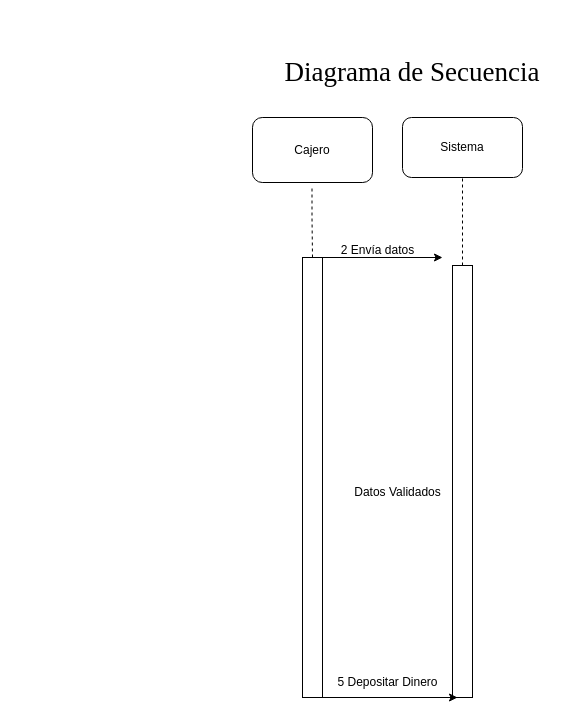
Earlier version of the draw.io diagram page "Diagrama de Secuencia" (2 of 3) of Blockbuster Diagramas.drawio (SamuelHerreraPerez/Laboratorio-Empresarial). Source tidied: cells renumbered, new cells numbered last; positions are measured from the earlier drawing's top-left corner, leaving out a move shared by most shapes. Both pictures are drawn from the tidied source at 100%, with x=0, y=0 at pixel (252, 17).
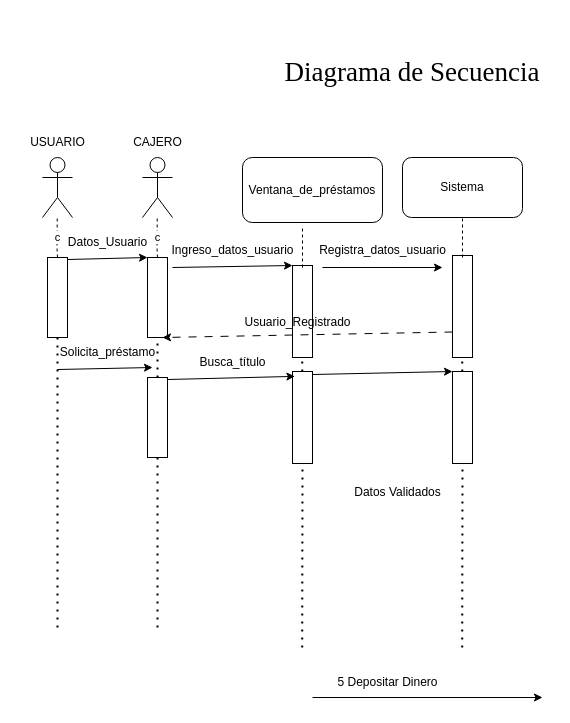
After the change.

Diff of the diagram source:
```diff
@@
-    <mxCell id="3" value="Cajero" style="rounded=1;whiteSpace=wrap;html=1;" parent="1" vertex="1">
-      <mxGeometry y="100" width="120" height="65" as="geometry" />
-    </mxCell>
     <mxCell id="4" value="Sistema" style="rounded=1;whiteSpace=wrap;html=1;" parent="1" vertex="1">
-      <mxGeometry x="150" y="100" width="120" height="60" as="geometry" />
+      <mxGeometry x="150" y="140" width="120" height="60" as="geometry" />
     </mxCell>
-    <mxCell id="5" style="endArrow=none;dashed=1;html=1;rounded=0;entryX=0.5;entryY=1;entryDx=0;entryDy=0;exitX=0.5;exitY=0;exitDx=0;exitDy=0;" parent="1" edge="1" source="7">
+    <mxCell id="5" value="c" style="endArrow=none;dashed=1;html=1;rounded=0;" parent="1" edge="1" target="14">
       <mxGeometry relative="1" as="geometry">
-        <mxPoint x="59.5" y="170" as="targetPoint" />
+        <mxPoint x="-195" y="240" as="sourcePoint" />
         <Array as="points">
-          <mxPoint x="59.5" y="200" />
+          <mxPoint x="-195.5" y="230" />
         </Array>
       </mxGeometry>
     </mxCell>
-    <mxCell id="6" style="endArrow=none;dashed=1;html=1;rounded=0;exitX=0.5;exitY=0;exitDx=0;exitDy=0;" parent="1" edge="1" source="10" target="4">
-      <mxGeometry relative="1" as="geometry" />
+    <mxCell id="6" style="endArrow=none;dashed=1;html=1;rounded=0;" parent="1" edge="1" source="3">
+      <mxGeometry relative="1" as="geometry">
+        <mxPoint x="50" y="190" as="targetPoint" />
+      </mxGeometry>
     </mxCell>
     <mxCell id="7" style="rounded=0;whiteSpace=wrap;html=1;" parent="1" vertex="1">
-      <mxGeometry x="50" y="240" width="20" height="440" as="geometry" />
+      <mxGeometry x="-205" y="240" width="20" height="80" as="geometry" />
     </mxCell>
-    <mxCell id="8" style="endArrow=classic;html=1;rounded=0;exitX=1;exitY=0;exitDx=0;exitDy=0;" parent="1" edge="1" source="7">
+    <mxCell id="8" style="endArrow=classic;html=1;rounded=0;entryX=0;entryY=0;entryDx=0;entryDy=0;" parent="1" edge="1" target="10">
       <mxGeometry relative="1" as="geometry">
-        <mxPoint x="190" y="240" as="targetPoint" />
+        <mxPoint x="-80" y="250" as="sourcePoint" />
       </mxGeometry>
     </mxCell>
-    <mxCell id="9" value="2 Envía datos" style="text;html=1;align=center;verticalAlign=middle;strokeColor=none;fillColor=none;" parent="1" vertex="1">
-      <mxGeometry x="75" y="218" width="100" height="30" as="geometry" />
+    <mxCell id="9" value="Ingreso_datos_usuario" style="text;html=1;align=center;verticalAlign=middle;strokeColor=none;fillColor=none;" parent="1" vertex="1">
+      <mxGeometry x="-95" y="218" width="150" height="30" as="geometry" />
     </mxCell>
     <mxCell id="10" style="rounded=0;whiteSpace=wrap;html=1;" parent="1" vertex="1">
-      <mxGeometry x="200" y="248" width="20" height="432" as="geometry" />
+      <mxGeometry x="40" y="248" width="20" height="92" as="geometry" />
     </mxCell>
-    <mxCell id="11" style="endArrow=classic;html=1;rounded=0;exitX=1;exitY=0;exitDx=0;exitDy=0;entryX=0.25;entryY=1;entryDx=0;entryDy=0;" parent="1" edge="1" target="10">
+    <mxCell id="11" style="endArrow=classic;html=1;rounded=0;exitX=1;exitY=0;exitDx=0;exitDy=0;" parent="1" edge="1">
       <mxGeometry relative="1" as="geometry">
         <mxPoint x="60" y="680" as="sourcePoint" />
+        <mxPoint x="290" y="680" as="targetPoint" />
       </mxGeometry>
     </mxCell>
@@
+    <mxCell id="14" style="shape=umlActor;verticalLabelPosition=bottom;verticalAlign=top;html=1;outlineConnect=0;" parent="1" vertex="1">
+      <mxGeometry x="-210" y="140" width="30" height="60" as="geometry" />
+    </mxCell>
+    <mxCell id="15" style="endArrow=none;dashed=1;html=1;rounded=0;" parent="1" edge="1">
+      <mxGeometry relative="1" as="geometry">
+        <mxPoint x="50" y="250" as="sourcePoint" />
+        <mxPoint x="50" y="210" as="targetPoint" />
+        <Array as="points">
+          <mxPoint x="50" y="250" />
+        </Array>
+      </mxGeometry>
+    </mxCell>
+    <mxCell id="3" value="Ventana_de_préstamos" style="rounded=1;whiteSpace=wrap;html=1;" parent="1" vertex="1">
+      <mxGeometry x="-10" y="140" width="140" height="65" as="geometry" />
+    </mxCell>
+    <mxCell id="16" style="endArrow=none;dashed=1;html=1;dashPattern=1 3;strokeWidth=2;rounded=0;entryX=0.5;entryY=1;entryDx=0;entryDy=0;" parent="1" edge="1" target="7">
+      <mxGeometry relative="1" as="geometry">
+        <mxPoint x="-195" y="610" as="sourcePoint" />
+      </mxGeometry>
+    </mxCell>
+    <mxCell id="17" value="c" style="endArrow=none;dashed=1;html=1;rounded=0;" parent="1" edge="1" target="19">
+      <mxGeometry relative="1" as="geometry">
+        <mxPoint x="-95" y="240" as="sourcePoint" />
+        <Array as="points">
+          <mxPoint x="-95.5" y="230" />
+        </Array>
+      </mxGeometry>
+    </mxCell>
+    <mxCell id="18" style="rounded=0;whiteSpace=wrap;html=1;" parent="1" vertex="1">
+      <mxGeometry x="-105" y="240" width="20" height="80" as="geometry" />
+    </mxCell>
+    <mxCell id="19" style="shape=umlActor;verticalLabelPosition=bottom;verticalAlign=top;html=1;outlineConnect=0;" parent="1" vertex="1">
+      <mxGeometry x="-110" y="140" width="30" height="60" as="geometry" />
+    </mxCell>
+    <mxCell id="20" style="endArrow=none;dashed=1;html=1;dashPattern=1 3;strokeWidth=2;rounded=0;entryX=0.5;entryY=1;entryDx=0;entryDy=0;" parent="1" edge="1" source="34" target="18">
+      <mxGeometry relative="1" as="geometry" />
+    </mxCell>
+    <mxCell id="21" value="Registra_datos_usuario" style="text;html=1;align=center;verticalAlign=middle;strokeColor=none;fillColor=none;" parent="1" vertex="1">
+      <mxGeometry x="55" y="218" width="150" height="30" as="geometry" />
+    </mxCell>
+    <mxCell id="22" style="endArrow=classic;html=1;rounded=0;" parent="1" edge="1">
+      <mxGeometry relative="1" as="geometry">
+        <mxPoint x="70" y="250" as="sourcePoint" />
+        <mxPoint x="190" y="250" as="targetPoint" />
+      </mxGeometry>
+    </mxCell>
+    <mxCell id="23" style="rounded=0;whiteSpace=wrap;html=1;" parent="1" vertex="1">
+      <mxGeometry x="200" y="238" width="20" height="102" as="geometry" />
+    </mxCell>
+    <mxCell id="24" style="endArrow=none;dashed=1;html=1;rounded=0;" parent="1" edge="1">
+      <mxGeometry relative="1" as="geometry">
+        <mxPoint x="210" y="240" as="sourcePoint" />
+        <mxPoint x="210" y="200" as="targetPoint" />
+        <Array as="points">
+          <mxPoint x="210" y="240" />
+        </Array>
+      </mxGeometry>
+    </mxCell>
+    <mxCell id="25" style="endArrow=none;dashed=1;html=1;dashPattern=1 3;strokeWidth=2;rounded=0;entryX=0.5;entryY=1;entryDx=0;entryDy=0;" parent="1" edge="1" source="36">
+      <mxGeometry relative="1" as="geometry">
+        <mxPoint x="49.7" y="340" as="targetPoint" />
+      </mxGeometry>
+    </mxCell>
+    <mxCell id="26" style="endArrow=none;dashed=1;html=1;dashPattern=1 3;strokeWidth=2;rounded=0;entryX=0.5;entryY=1;entryDx=0;entryDy=0;" parent="1" edge="1" source="38">
+      <mxGeometry relative="1" as="geometry">
+        <mxPoint x="209.7" y="340" as="targetPoint" />
+      </mxGeometry>
+    </mxCell>
+    <mxCell id="27" style="endArrow=classic;html=1;rounded=0;exitX=0;exitY=0.75;exitDx=0;exitDy=0;dashed=1;dashPattern=8 8;entryX=0.75;entryY=1;entryDx=0;entryDy=0;" parent="1" edge="1" source="23" target="18">
+      <mxGeometry relative="1" as="geometry" />
+    </mxCell>
+    <mxCell id="28" style="endArrow=classic;html=1;rounded=0;entryX=0;entryY=0;entryDx=0;entryDy=0;" parent="1" edge="1" target="18">
+      <mxGeometry relative="1" as="geometry">
+        <mxPoint x="-185" y="242" as="sourcePoint" />
+      </mxGeometry>
+    </mxCell>
+    <mxCell id="29" value="Datos_Usuario" style="text;html=1;align=center;verticalAlign=middle;strokeColor=none;fillColor=none;" parent="1" vertex="1">
+      <mxGeometry x="-195" y="210" width="100" height="30" as="geometry" />
+    </mxCell>
+    <mxCell id="30" value="Usuario_Registrado" style="text;html=1;align=center;verticalAlign=middle;strokeColor=none;fillColor=none;" parent="1" vertex="1">
+      <mxGeometry x="-20" y="290" width="130" height="30" as="geometry" />
+    </mxCell>
+    <mxCell id="31" style="endArrow=classic;html=1;rounded=0;" parent="1" edge="1">
+      <mxGeometry relative="1" as="geometry">
+        <mxPoint x="-195" y="352" as="sourcePoint" />
+        <mxPoint x="-100" y="350" as="targetPoint" />
+      </mxGeometry>
+    </mxCell>
+    <mxCell id="32" value="Solicita_préstamo" style="text;html=1;align=center;verticalAlign=middle;strokeColor=none;fillColor=none;" parent="1" vertex="1">
+      <mxGeometry x="-205" y="320" width="120" height="30" as="geometry" />
+    </mxCell>
+    <mxCell id="33" style="endArrow=none;dashed=1;html=1;dashPattern=1 3;strokeWidth=2;rounded=0;entryX=0.5;entryY=1;entryDx=0;entryDy=0;" parent="1" edge="1" target="34">
+      <mxGeometry relative="1" as="geometry">
+        <mxPoint x="-95" y="610" as="sourcePoint" />
+      </mxGeometry>
+    </mxCell>
+    <mxCell id="34" style="rounded=0;whiteSpace=wrap;html=1;" parent="1" vertex="1">
+      <mxGeometry x="-105" y="360" width="20" height="80" as="geometry" />
+    </mxCell>
+    <mxCell id="35" style="endArrow=none;dashed=1;html=1;dashPattern=1 3;strokeWidth=2;rounded=0;entryX=0.5;entryY=1;entryDx=0;entryDy=0;" parent="1" edge="1" target="36">
+      <mxGeometry relative="1" as="geometry">
+        <mxPoint x="49.7" y="630" as="sourcePoint" />
+      </mxGeometry>
+    </mxCell>
+    <mxCell id="36" style="rounded=0;whiteSpace=wrap;html=1;" parent="1" vertex="1">
+      <mxGeometry x="40" y="354" width="20" height="92" as="geometry" />
+    </mxCell>
+    <mxCell id="37" style="endArrow=none;dashed=1;html=1;dashPattern=1 3;strokeWidth=2;rounded=0;entryX=0.5;entryY=1;entryDx=0;entryDy=0;" parent="1" edge="1" target="38">
+      <mxGeometry relative="1" as="geometry">
+        <mxPoint x="209.7" y="630" as="sourcePoint" />
+      </mxGeometry>
+    </mxCell>
+    <mxCell id="38" style="rounded=0;whiteSpace=wrap;html=1;" parent="1" vertex="1">
+      <mxGeometry x="200" y="354" width="20" height="92" as="geometry" />
+    </mxCell>
+    <mxCell id="39" style="endArrow=classic;html=1;rounded=0;entryX=0.121;entryY=0.053;entryDx=0;entryDy=0;entryPerimeter=0;" parent="1" edge="1" target="36">
+      <mxGeometry relative="1" as="geometry">
+        <mxPoint x="-85" y="362" as="sourcePoint" />
+      </mxGeometry>
+    </mxCell>
+    <mxCell id="40" style="endArrow=classic;html=1;rounded=0;entryX=0;entryY=0;entryDx=0;entryDy=0;" parent="1" edge="1" target="38">
+      <mxGeometry relative="1" as="geometry">
+        <mxPoint x="60" y="357" as="sourcePoint" />
+      </mxGeometry>
+    </mxCell>
+    <mxCell id="41" value="Busca_título" style="text;html=1;align=center;verticalAlign=middle;strokeColor=none;fillColor=none;" parent="1" vertex="1">
+      <mxGeometry x="-65" y="330" width="90" height="30" as="geometry" />
+    </mxCell>
+    <mxCell id="42" value="USUARIO" style="text;html=1;align=center;verticalAlign=middle;strokeColor=none;fillColor=none;" parent="1" vertex="1">
+      <mxGeometry x="-235" y="110" width="80" height="30" as="geometry" />
+    </mxCell>
+    <mxCell id="43" value="CAJERO" style="text;html=1;align=center;verticalAlign=middle;strokeColor=none;fillColor=none;" parent="1" vertex="1">
+      <mxGeometry x="-130" y="110" width="70" height="30" as="geometry" />
+    </mxCell>
```
